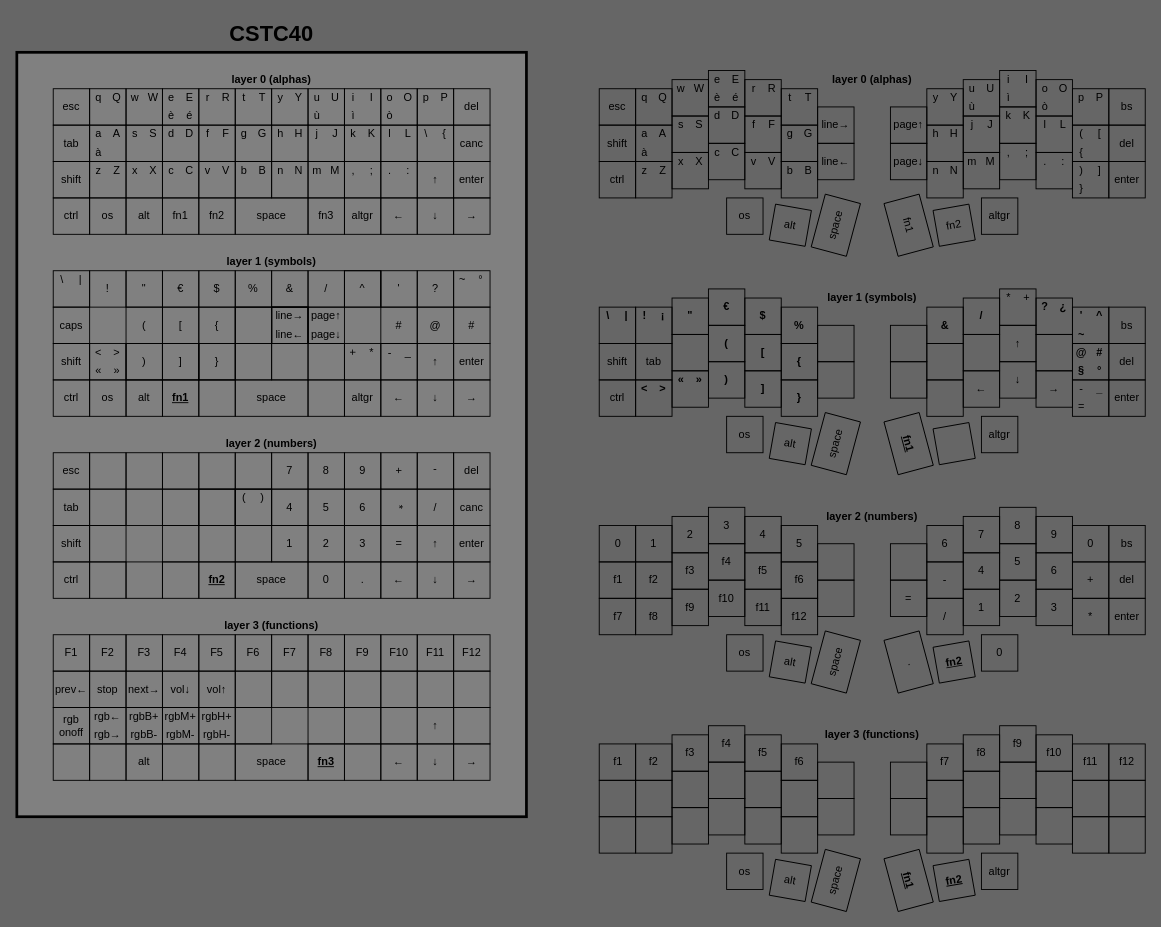
Earlier version of the draw.io diagram layouts.dio (dellarosciagiorgio/crkbd). Source tidied: cells renumbered, new cells numbered last; positions are measured from the earlier drawing's top-left corner, leaving out a move shared by most shapes. Both pictures are drawn from the tidied source at 91%, with x=0, y=0 at pixel (16, 15).
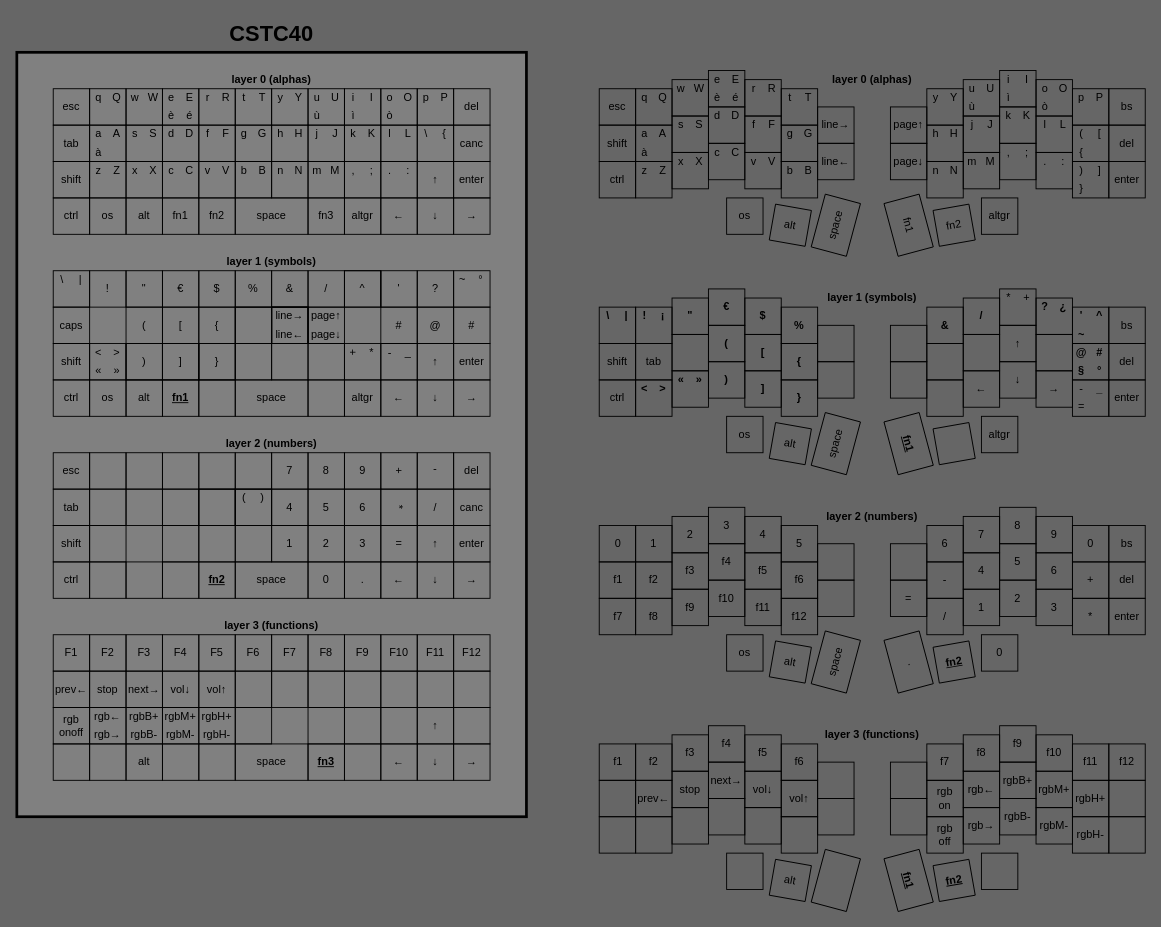
Above is the later version.

What changed in the source:
```diff
@@
-    <mxCell id="919" value="space" style="text;html=1;strokeColor=none;fillColor=none;align=center;verticalAlign=middle;whiteSpace=wrap;rounded=0;strokeWidth=1;fontFamily=Cascadia Code;fontColor=#000000;rotation=-75;" parent="1" vertex="1">
-      <mxGeometry x="890" y="940" width="20" height="20" as="geometry" />
-    </mxCell>
@@
-    <mxCell id="921" value="os" style="text;html=1;strokeColor=none;fillColor=none;align=center;verticalAlign=middle;whiteSpace=wrap;rounded=0;strokeWidth=1;fontFamily=Cascadia Code;fontColor=#000000;rotation=0;" parent="1" vertex="1">
-      <mxGeometry x="790" y="930" width="20" height="20" as="geometry" />
-    </mxCell>
-    <mxCell id="922" value="altgr" style="text;html=1;strokeColor=none;fillColor=none;align=center;verticalAlign=middle;whiteSpace=wrap;rounded=0;strokeWidth=1;fontFamily=Cascadia Code;fontColor=#000000;" parent="1" vertex="1">
-      <mxGeometry x="1070" y="930" width="20" height="20" as="geometry" />
-    </mxCell>
@@
+    <mxCell id="936" value="prev←" style="text;html=1;strokeColor=none;fillColor=none;align=center;verticalAlign=middle;whiteSpace=wrap;rounded=0;strokeWidth=1;fontFamily=Cascadia Code;fontColor=#000000;" parent="1" vertex="1">
+      <mxGeometry x="690" y="850" width="20" height="20" as="geometry" />
+    </mxCell>
+    <mxCell id="937" value="stop" style="text;html=1;strokeColor=none;fillColor=none;align=center;verticalAlign=middle;whiteSpace=wrap;rounded=0;strokeWidth=1;fontFamily=Cascadia Code;fontColor=#000000;" parent="1" vertex="1">
+      <mxGeometry x="730" y="840" width="20" height="20" as="geometry" />
+    </mxCell>
+    <mxCell id="938" value="next→" style="text;html=1;strokeColor=none;fillColor=none;align=center;verticalAlign=middle;whiteSpace=wrap;rounded=0;strokeWidth=1;fontFamily=Cascadia Code;fontColor=#000000;" parent="1" vertex="1">
+      <mxGeometry x="770" y="830" width="20" height="20" as="geometry" />
+    </mxCell>
+    <mxCell id="939" value="vol↓" style="text;html=1;strokeColor=none;fillColor=none;align=center;verticalAlign=middle;whiteSpace=wrap;rounded=0;strokeWidth=1;fontFamily=Cascadia Code;fontColor=#000000;" parent="1" vertex="1">
+      <mxGeometry x="810" y="840" width="20" height="20" as="geometry" />
+    </mxCell>
+    <mxCell id="940" value="vol↑" style="text;html=1;strokeColor=none;fillColor=none;align=center;verticalAlign=middle;whiteSpace=wrap;rounded=0;strokeWidth=1;fontFamily=Cascadia Code;fontColor=#000000;" parent="1" vertex="1">
+      <mxGeometry x="850" y="850" width="20" height="20" as="geometry" />
+    </mxCell>
+    <mxCell id="941" value="rgbM+" style="text;html=1;strokeColor=none;fillColor=none;align=center;verticalAlign=middle;whiteSpace=wrap;rounded=0;strokeWidth=1;fontFamily=Cascadia Code;fontColor=#000000;" parent="1" vertex="1">
+      <mxGeometry x="1130" y="840" width="20" height="20" as="geometry" />
+    </mxCell>
+    <mxCell id="942" value="rgbM-" style="text;html=1;strokeColor=none;fillColor=none;align=center;verticalAlign=middle;whiteSpace=wrap;rounded=0;strokeWidth=1;fontFamily=Cascadia Code;fontColor=#000000;" parent="1" vertex="1">
+      <mxGeometry x="1130" y="880" width="20" height="20" as="geometry" />
+    </mxCell>
+    <mxCell id="943" value="rgbH+" style="text;html=1;strokeColor=none;fillColor=none;align=center;verticalAlign=middle;whiteSpace=wrap;rounded=0;strokeWidth=1;fontFamily=Cascadia Code;fontColor=#000000;" parent="1" vertex="1">
+      <mxGeometry x="1170" y="850" width="20" height="20" as="geometry" />
+    </mxCell>
+    <mxCell id="944" value="rgbH-" style="text;html=1;strokeColor=none;fillColor=none;align=center;verticalAlign=middle;whiteSpace=wrap;rounded=0;strokeWidth=1;fontFamily=Cascadia Code;fontColor=#000000;" parent="1" vertex="1">
+      <mxGeometry x="1170" y="890" width="20" height="20" as="geometry" />
+    </mxCell>
+    <mxCell id="945" value="rgbB+" style="text;html=1;strokeColor=none;fillColor=none;align=center;verticalAlign=middle;whiteSpace=wrap;rounded=0;strokeWidth=1;fontFamily=Cascadia Code;fontColor=#000000;" parent="1" vertex="1">
+      <mxGeometry x="1090" y="830" width="20" height="20" as="geometry" />
+    </mxCell>
+    <mxCell id="946" value="rgbB-" style="text;html=1;strokeColor=none;fillColor=none;align=center;verticalAlign=middle;whiteSpace=wrap;rounded=0;strokeWidth=1;fontFamily=Cascadia Code;fontColor=#000000;" parent="1" vertex="1">
+      <mxGeometry x="1090" y="870" width="20" height="20" as="geometry" />
+    </mxCell>
+    <mxCell id="947" value="rgb←" style="text;html=1;strokeColor=none;fillColor=none;align=center;verticalAlign=middle;whiteSpace=wrap;rounded=0;strokeWidth=1;fontFamily=Cascadia Code;fontColor=#000000;" parent="1" vertex="1">
+      <mxGeometry x="1050" y="840" width="20" height="20" as="geometry" />
+    </mxCell>
+    <mxCell id="948" value="rgb→" style="text;html=1;strokeColor=none;fillColor=none;align=center;verticalAlign=middle;whiteSpace=wrap;rounded=0;strokeWidth=1;fontFamily=Cascadia Code;fontColor=#000000;" parent="1" vertex="1">
+      <mxGeometry x="1050" y="880" width="20" height="20" as="geometry" />
+    </mxCell>
+    <mxCell id="949" value="rgb&lt;br&gt;on" style="text;html=1;strokeColor=none;fillColor=none;align=center;verticalAlign=middle;whiteSpace=wrap;rounded=0;strokeWidth=1;fontFamily=Cascadia Code;fontColor=#000000;" parent="1" vertex="1">
+      <mxGeometry x="1010" y="850" width="20" height="20" as="geometry" />
+    </mxCell>
+    <mxCell id="950" value="rgb&lt;br&gt;off" style="text;html=1;strokeColor=none;fillColor=none;align=center;verticalAlign=middle;whiteSpace=wrap;rounded=0;strokeWidth=1;fontFamily=Cascadia Code;fontColor=#000000;" parent="1" vertex="1">
+      <mxGeometry x="1010" y="890" width="20" height="20" as="geometry" />
+    </mxCell>
```
